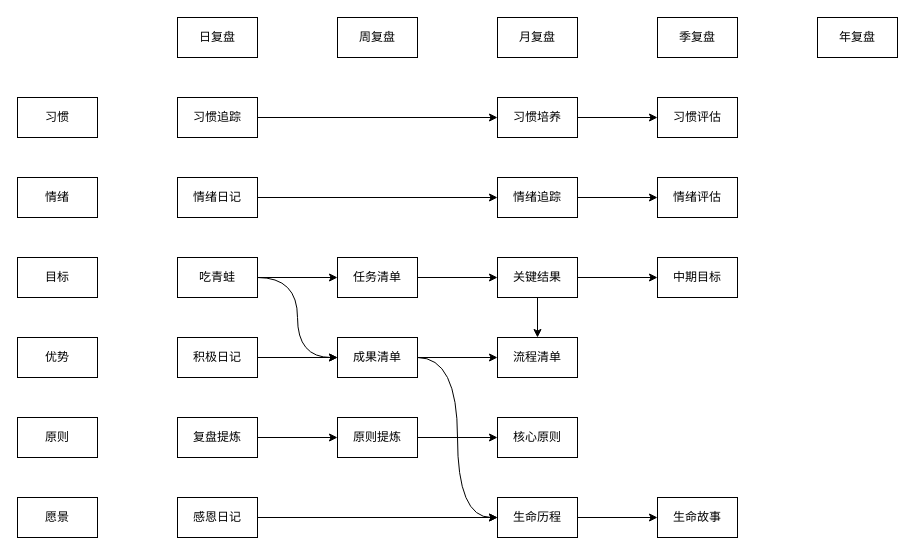
Before: page "第 4 页" (4 of 4) of 人生系统.drawio in youyusan/life_system, a draw.io diagram. Source tidied: cells renumbered, new cells numbered last; positions are measured from the earlier drawing's top-left corner, leaving out a move shared by most shapes. Both pictures are drawn from the tidied source at 100%, with x=0, y=0 at pixel (17, 17).
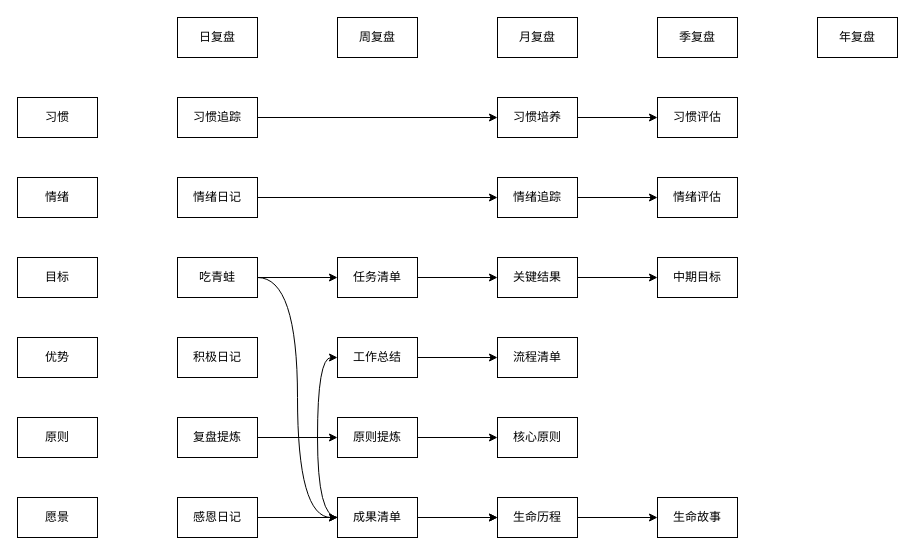
After the change.

Commit message:
更新人生系统.drawio

Unchanged cells that the change refers to:
```xml
<mxCell id="18" value="积极日记" style="rounded=0;whiteSpace=wrap;html=1;" parent="1" vertex="1">
  <mxGeometry x="160" y="320" width="80" height="40" as="geometry" />
</mxCell>
<mxCell id="23" value="生命历程" style="rounded=0;whiteSpace=wrap;html=1;" parent="1" vertex="1">
  <mxGeometry x="480" y="480" width="80" height="40" as="geometry" />
</mxCell>
<mxCell id="29" value="流程清单" style="rounded=0;whiteSpace=wrap;html=1;" parent="1" vertex="1">
  <mxGeometry x="480" y="320" width="80" height="40" as="geometry" />
</mxCell>
<mxCell id="34" value="感恩日记" style="rounded=0;whiteSpace=wrap;html=1;" parent="1" vertex="1">
  <mxGeometry x="160" y="480" width="80" height="40" as="geometry" />
</mxCell>
<mxCell id="37" value="关键结果" style="rounded=0;whiteSpace=wrap;html=1;" parent="1" vertex="1">
  <mxGeometry x="480" y="240" width="80" height="40" as="geometry" />
</mxCell>
<mxCell id="46" value="吃青蛙" style="rounded=0;whiteSpace=wrap;html=1;" parent="1" vertex="1">
  <mxGeometry x="160" y="240" width="80" height="40" as="geometry" />
</mxCell>
```

The edit, as a diff of the source:
```diff
@@
-    <mxCell id="17" style="edgeStyle=orthogonalEdgeStyle;rounded=0;jettySize=auto;html=1;" parent="1" edge="1" source="18" target="21">
-      <mxGeometry relative="1" as="geometry" />
-    </mxCell>
@@
-    <mxCell id="19" style="edgeStyle=orthogonalEdgeStyle;rounded=0;jettySize=auto;html=1;" parent="1" edge="1" source="21" target="29">
-      <mxGeometry relative="1" as="geometry" />
-    </mxCell>
@@
-    <mxCell id="21" value="成果清单" style="rounded=0;whiteSpace=wrap;html=1;" parent="1" vertex="1">
-      <mxGeometry x="320" y="320" width="80" height="40" as="geometry" />
-    </mxCell>
@@
-    <mxCell id="33" style="edgeStyle=orthogonalEdgeStyle;rounded=0;jettySize=auto;html=1;" parent="1" edge="1" source="34" target="23">
+    <mxCell id="33" style="edgeStyle=orthogonalEdgeStyle;rounded=0;jettySize=auto;html=1;" parent="1" edge="1" source="21" target="23">
       <mxGeometry relative="1" as="geometry" />
     </mxCell>
@@
-    <mxCell id="35" style="edgeStyle=orthogonalEdgeStyle;rounded=0;jettySize=auto;html=1;" parent="1" edge="1" source="37" target="29">
-      <mxGeometry relative="1" as="geometry" />
-    </mxCell>
@@
     <mxCell id="44" style="edgeStyle=orthogonalEdgeStyle;rounded=0;jettySize=auto;html=1;entryX=0;entryY=0.5;entryDx=0;entryDy=0;curved=1;" parent="1" edge="1" source="46" target="21">
-      <mxGeometry relative="1" as="geometry" />
+      <mxGeometry relative="1" as="geometry">
+        <Array as="points">
+          <mxPoint x="280" y="260" />
+          <mxPoint x="280" y="500" />
+        </Array>
+      </mxGeometry>
     </mxCell>
@@
+    <mxCell id="48" style="edgeStyle=orthogonalEdgeStyle;rounded=0;jettySize=auto;html=1;" parent="1" edge="1" source="34" target="21">
+      <mxGeometry relative="1" as="geometry" />
+    </mxCell>
+    <mxCell id="49" style="edgeStyle=orthogonalEdgeStyle;rounded=0;jettySize=auto;html=1;curved=1;" parent="1" edge="1" source="21" target="51">
+      <mxGeometry relative="1" as="geometry">
+        <Array as="points">
+          <mxPoint x="300" y="500" />
+          <mxPoint x="300" y="340" />
+        </Array>
+      </mxGeometry>
+    </mxCell>
+    <mxCell id="21" value="成果清单" style="rounded=0;whiteSpace=wrap;html=1;" parent="1" vertex="1">
+      <mxGeometry x="320" y="480" width="80" height="40" as="geometry" />
+    </mxCell>
+    <mxCell id="50" style="edgeStyle=orthogonalEdgeStyle;rounded=0;jettySize=auto;html=1;entryX=0;entryY=0.5;entryDx=0;entryDy=0;" parent="1" edge="1" source="51" target="29">
+      <mxGeometry relative="1" as="geometry" />
+    </mxCell>
+    <mxCell id="51" value="工作总结" style="rounded=0;whiteSpace=wrap;html=1;" parent="1" vertex="1">
+      <mxGeometry x="320" y="320" width="80" height="40" as="geometry" />
+    </mxCell>
```
